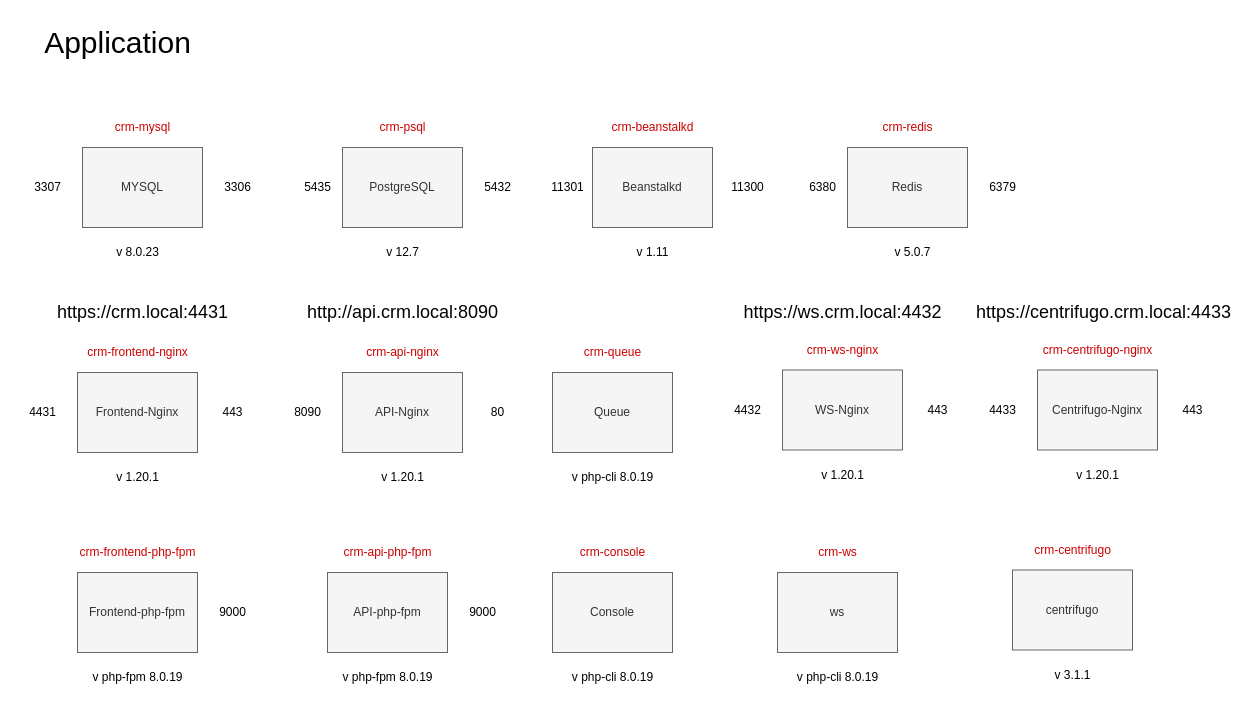
The draw.io diagram devops/docs/crm-app.drawio in sharifov/test, before the edit. Source tidied: cells renumbered, new cells numbered last; positions are measured from the earlier drawing's top-left corner, leaving out a move shared by most shapes. Both pictures are drawn from the tidied source at 100%, with x=0, y=0 at pixel (17, 17).
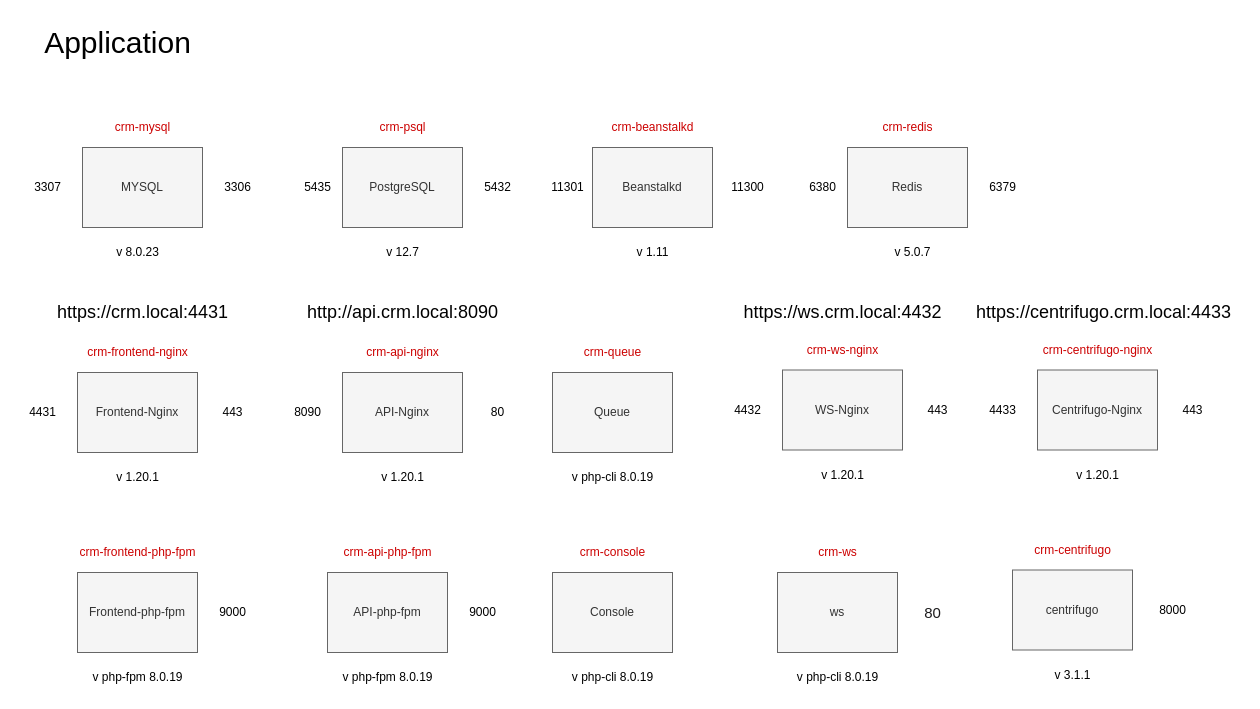
The same diagram, later.

Diff of the diagram source:
```diff
@@
+    <mxCell id="67" value="8000" style="text;html=1;align=center;verticalAlign=middle;strokeColor=none;fillColor=none;" parent="1" vertex="1">
+      <mxGeometry x="1130" y="577.5" width="50" height="30" as="geometry" />
+    </mxCell>
+    <mxCell id="68" value="&lt;span style=&quot;color: rgb(29, 28, 29); font-family: Slack-Lato, Slack-Fractions, appleLogo, sans-serif; font-size: 15px; font-variant-ligatures: common-ligatures; text-align: left; background-color: rgb(255, 255, 255);&quot;&gt;80&lt;/span&gt;" style="text;html=1;align=center;verticalAlign=middle;strokeColor=none;fillColor=none;" parent="1" vertex="1">
+      <mxGeometry x="895" y="580" width="40" height="30" as="geometry" />
+    </mxCell>
```
